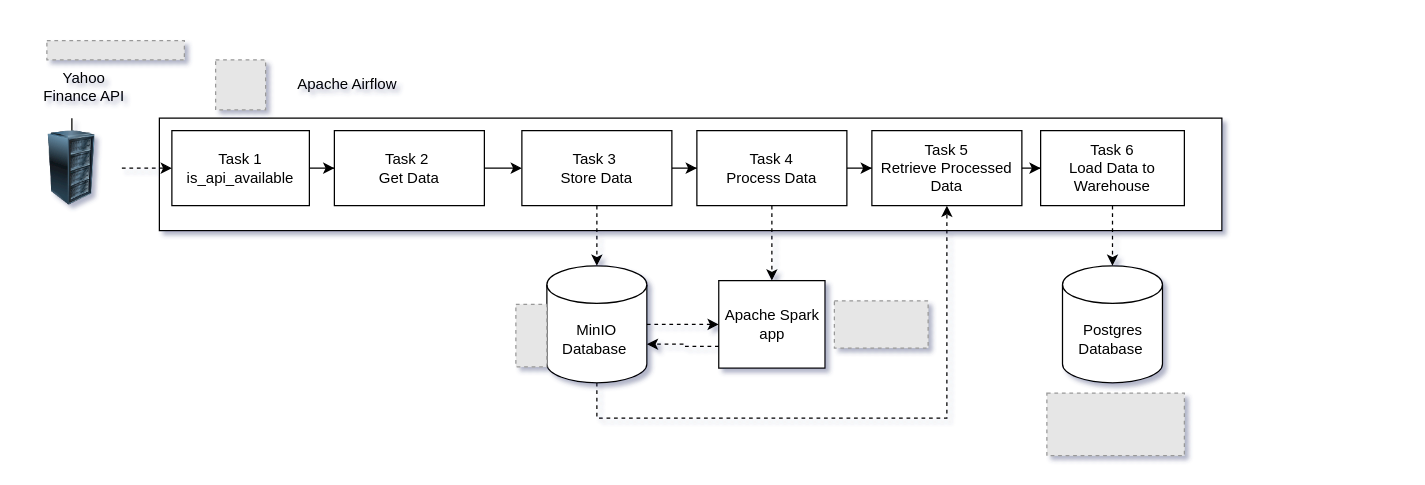
ashishjadhav/airflow-etl keeps this draw.io diagram as drawio/Project.drawio. Above is the earlier version. Source tidied: cells renumbered, new cells numbered last; positions are measured from the earlier drawing's top-left corner, leaving out a move shared by most shapes. Both pictures are drawn from the tidied source at 125%, with x=0, y=0 at pixel (21, 40). Pictures stored in the file or linked from it are replaced by grey dashed boxes.
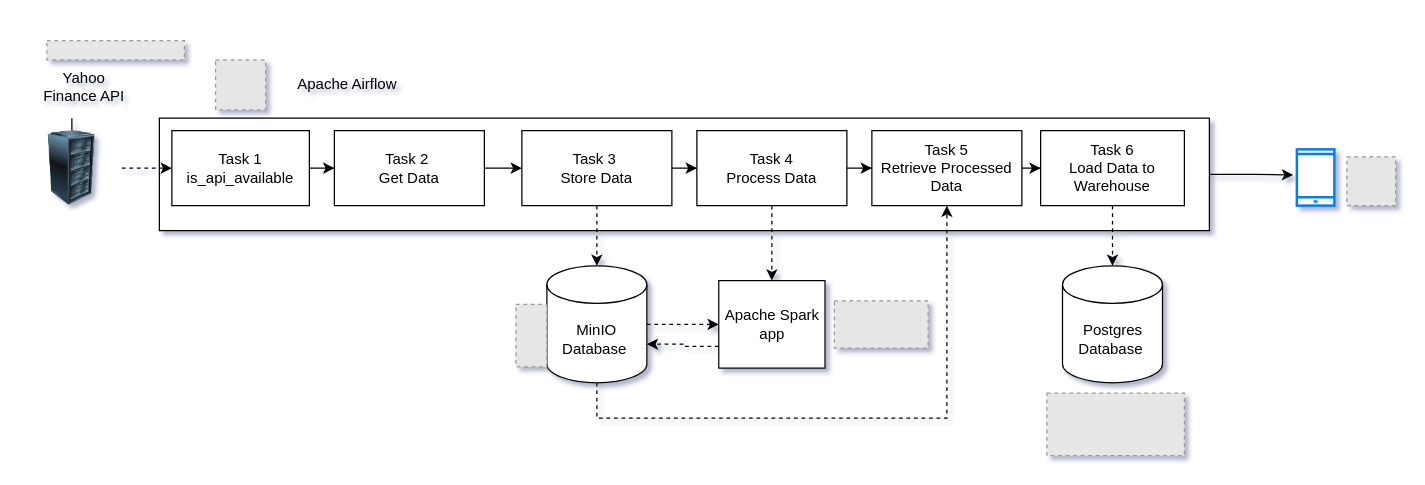
Above is the later version.

Change to the diagram source:
```diff
@@
+    <mxCell id="34" style="edgeStyle=orthogonalEdgeStyle;rounded=0;jettySize=auto;html=1;entryX=-0.1;entryY=0.456;entryDx=0;entryDy=0;entryPerimeter=0;" parent="1" edge="1" source="2" target="35">
+      <mxGeometry relative="1" as="geometry" />
+    </mxCell>
     <mxCell id="2" style="rounded=0;whiteSpace=wrap;html=1;" parent="1" vertex="1">
-      <mxGeometry x="110" y="62" width="850" height="90" as="geometry" />
+      <mxGeometry x="110" y="62" width="840" height="90" as="geometry" />
     </mxCell>
@@
+    <mxCell id="35" style="html=1;verticalLabelPosition=bottom;align=center;labelBackgroundColor=#ffffff;verticalAlign=top;strokeWidth=2;strokeColor=#0080F0;shadow=0;dashed=0;shape=mxgraph.ios7.icons.smartphone;" parent="1" vertex="1">
+      <mxGeometry x="1020" y="87" width="30" height="45" as="geometry" />
+    </mxCell>
+    <mxCell id="36" style="fillColor=#E6E6E6;strokeColor=#999999;dashed=1;verticalLabelPosition=bottom;verticalAlign=top;" parent="1" vertex="1">
+      <mxGeometry x="1060" y="92.9" width="39" height="39.1" as="geometry" />
+    </mxCell>
```
